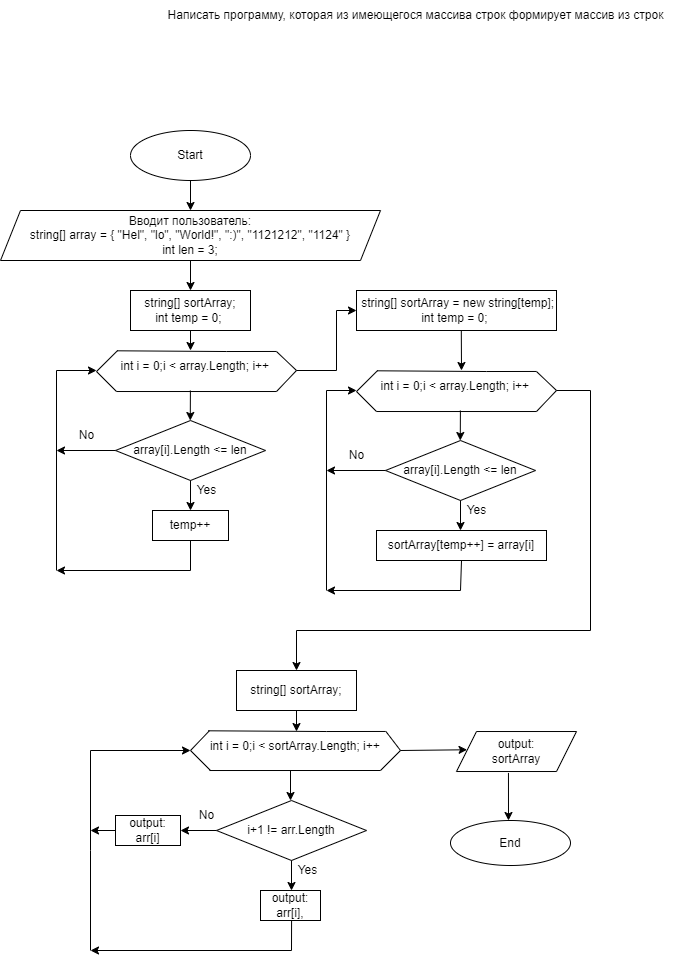
Earlier version of the draw.io export Блок схема решения контрольной задачи блока №1.drawio.png (Yauheni-Kauz-Siomin/FinalWorkBlock1). Source tidied: cells renumbered, new cells last; positions are measured from the earlier drawing's top-left corner, leaving out a move shared by most shapes.
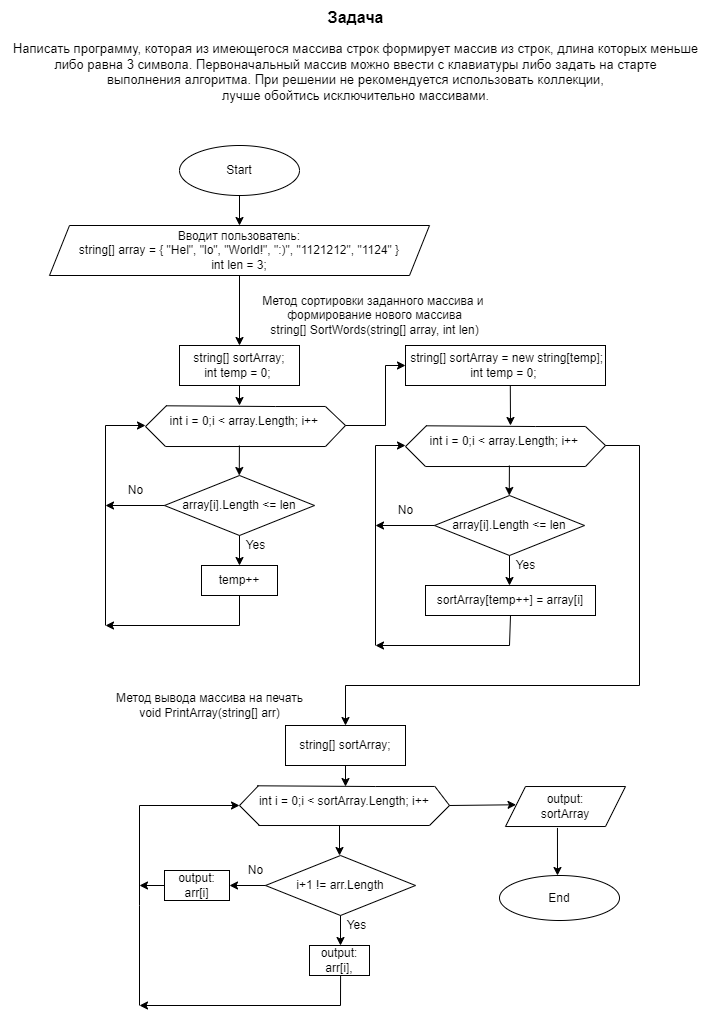
After the change.

The edit, as a diff of the source:
```diff
@@ -3,15 +3,15 @@
     <mxCell id="0" />
     <mxCell id="1" parent="0" />
     <mxCell id="2" value="Start" style="ellipse;whiteSpace=wrap;html=1;" parent="1" vertex="1">
-      <mxGeometry x="130" y="130" width="120" height="50" as="geometry" />
+      <mxGeometry x="130" y="90" width="120" height="50" as="geometry" />
     </mxCell>
     <mxCell id="3" style="endArrow=classic;html=1;rounded=0;exitX=0.5;exitY=1;exitDx=0;exitDy=0;" parent="1" edge="1" source="2">
       <mxGeometry relative="1" as="geometry">
-        <mxPoint x="190" y="210" as="targetPoint" />
+        <mxPoint x="190" y="170" as="targetPoint" />
       </mxGeometry>
     </mxCell>
     <mxCell id="4" value="Вводит пользователь:&lt;br&gt;string[] array = {&amp;nbsp;&quot;Hel&quot;, &quot;lo&quot;, &quot;World!&quot;, &quot;:)&quot;, &quot;1121212&quot;, &quot;1124&quot;&amp;nbsp;}&lt;br&gt;int len = 3;" style="shape=parallelogram;perimeter=parallelogramPerimeter;whiteSpace=wrap;html=1;fixedSize=1;" parent="1" vertex="1">
-      <mxGeometry y="210" width="380" height="50" as="geometry" />
+      <mxGeometry y="170" width="380" height="50" as="geometry" />
     </mxCell>
     <mxCell id="5" style="endArrow=classic;html=1;rounded=0;exitX=0.5;exitY=1;exitDx=0;exitDy=0;" parent="1" edge="1" source="4">
       <mxGeometry relative="1" as="geometry">
@@ -318,8 +318,14 @@
     <mxCell id="61" value="End" style="ellipse;whiteSpace=wrap;html=1;" parent="1" vertex="1">
       <mxGeometry x="450" y="820" width="120" height="45" as="geometry" />
     </mxCell>
-    <mxCell id="62" value="Написать программу, которая из имеющегося массива строк формирует массив из строк" style="text;html=1;align=center;verticalAlign=middle;strokeColor=none;fillColor=none;" parent="1" vertex="1">
-      <mxGeometry x="155" width="520" height="30" as="geometry" />
+    <mxCell id="62" value="&lt;font style=&quot;&quot;&gt;&lt;font style=&quot;font-size: 16px;&quot;&gt;&lt;b&gt;Задача&lt;br&gt;&lt;/b&gt;&lt;/font&gt;&lt;br&gt;&lt;span style=&quot;font-size: 13px;&quot;&gt;Написать программу, которая из имеющегося массива строк формирует массив из строк, длина которых меньше&lt;/span&gt;&lt;br&gt;&lt;span style=&quot;font-size: 13px;&quot;&gt;либо равна 3 символа. Первоначальный массив можно ввести с клавиатуры либо задать на старте&lt;/span&gt;&lt;br&gt;&lt;span style=&quot;font-size: 13px;&quot;&gt;выполнения алгоритма. При решении не рекомендуется использовать коллекции,&lt;/span&gt;&lt;br&gt;&lt;span style=&quot;font-size: 13px;&quot;&gt;лучше обойтись исключительно массивами.&lt;/span&gt;&lt;/font&gt;" style="text;html=1;align=center;verticalAlign=middle;strokeColor=none;fillColor=none;" parent="1" vertex="1">
+      <mxGeometry x="-49" y="-55" width="710" height="110" as="geometry" />
     </mxCell>
+    <mxCell id="63" value="&lt;div style=&quot;font-size: 12px;&quot;&gt;&lt;font style=&quot;font-size: 12px;&quot;&gt;Метод сортировки заданного массива и&amp;nbsp;&lt;/font&gt;&lt;/div&gt;&lt;div style=&quot;font-size: 12px;&quot;&gt;&lt;font style=&quot;font-size: 12px;&quot;&gt;формирование нового массива&lt;/font&gt;&lt;/div&gt;&lt;div style=&quot;font-size: 12px;&quot;&gt;&lt;font style=&quot;font-size: 12px;&quot;&gt;string[] SortWords(string[] array, int len)&lt;/font&gt;&lt;/div&gt;" style="text;html=1;align=center;verticalAlign=middle;strokeColor=none;fillColor=none;fontSize=16;" parent="1" vertex="1">
+      <mxGeometry x="200" y="230" width="250" height="60" as="geometry" />
+    </mxCell>
+    <mxCell id="64" value="&lt;div&gt;Метод вывода массива на печать&lt;/div&gt;&lt;div&gt;void PrintArray(string[] arr)&lt;/div&gt;" style="text;html=1;align=center;verticalAlign=middle;strokeColor=none;fillColor=none;fontSize=12;" parent="1" vertex="1">
+      <mxGeometry x="55" y="630" width="210" height="40" as="geometry" />
+    </mxCell>
   </root>
 </mxGraphModel>
```
